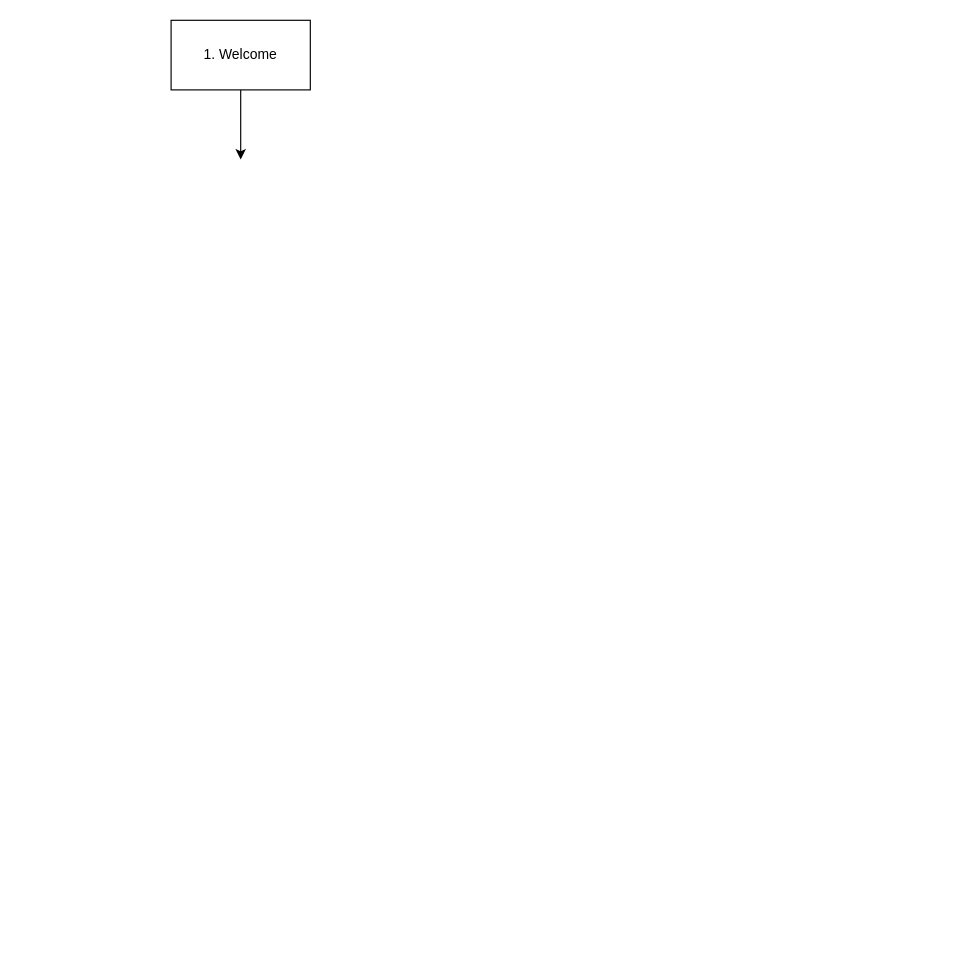
The draw.io diagram data/Unbenanntes Diagramm.drawio in maxschwalenberg/methods_in_ai_research_03, before the edit. Source tidied: cells renumbered, new cells numbered last; positions are measured from the earlier drawing's top-left corner, leaving out a move shared by most shapes. Both pictures are drawn from the tidied source at 116%, with x=0, y=0 at pixel (171, 20).
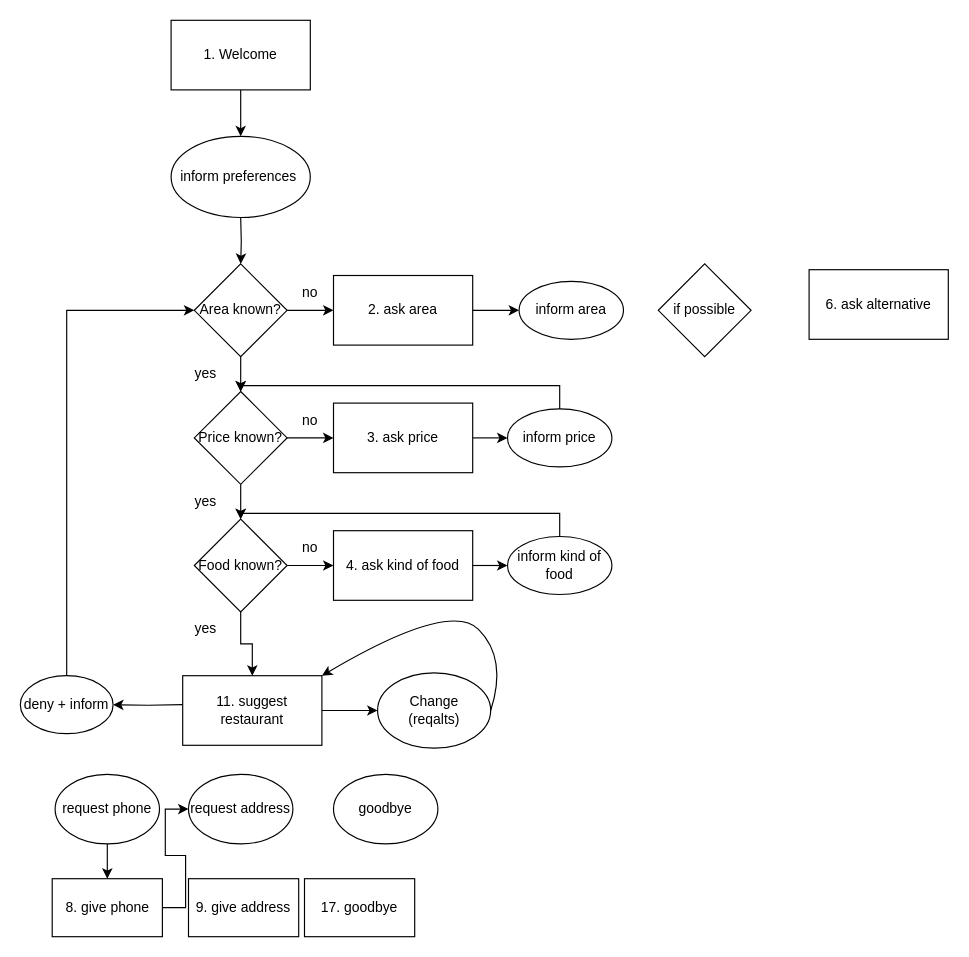
Above is the later version.

Unchanged cells that the change refers to:
```xml
<mxCell id="2" value="1. Welcome" style="rounded=0;whiteSpace=wrap;html=1;" parent="1" vertex="1">
  <mxGeometry width="120" height="60" as="geometry" />
</mxCell>
```

What changed in the source:
```diff
@@
+    <mxCell id="4" style="edgeStyle=orthogonalEdgeStyle;rounded=0;jettySize=auto;html=1;exitX=0.5;exitY=1;exitDx=0;exitDy=0;entryX=0.5;entryY=0;entryDx=0;entryDy=0;" parent="1" edge="1" source="2" target="9">
+      <mxGeometry relative="1" as="geometry" />
+    </mxCell>
@@
-    <mxCell id="3" style="endArrow=classic;html=1;rounded=0;exitX=0.5;exitY=1;exitDx=0;exitDy=0;" parent="1" edge="1" source="2">
-      <mxGeometry relative="1" as="geometry">
-        <mxPoint x="60" y="120" as="targetPoint" />
-      </mxGeometry>
-    </mxCell>
+    <mxCell id="5" style="edgeStyle=orthogonalEdgeStyle;rounded=0;jettySize=auto;html=1;exitX=0.5;exitY=1;exitDx=0;exitDy=0;entryX=0.5;entryY=0;entryDx=0;entryDy=0;" parent="1" edge="1" target="8">
+      <mxGeometry relative="1" as="geometry">
+        <mxPoint x="60" y="170" as="sourcePoint" />
+      </mxGeometry>
+    </mxCell>
+    <mxCell id="6" style="edgeStyle=orthogonalEdgeStyle;rounded=0;jettySize=auto;html=1;exitX=0.5;exitY=1;exitDx=0;exitDy=0;entryX=0.5;entryY=0;entryDx=0;entryDy=0;" parent="1" edge="1" source="8" target="14">
+      <mxGeometry relative="1" as="geometry" />
+    </mxCell>
+    <mxCell id="7" style="edgeStyle=orthogonalEdgeStyle;rounded=0;jettySize=auto;html=1;exitX=1;exitY=0.5;exitDx=0;exitDy=0;" parent="1" edge="1" source="8" target="11">
+      <mxGeometry relative="1" as="geometry" />
+    </mxCell>
+    <mxCell id="8" value="Area known?" style="rhombus;whiteSpace=wrap;html=1;" parent="1" vertex="1">
+      <mxGeometry x="20" y="210" width="80" height="80" as="geometry" />
+    </mxCell>
+    <mxCell id="9" value="inform preferences&amp;nbsp;" style="ellipse;whiteSpace=wrap;html=1;" parent="1" vertex="1">
+      <mxGeometry y="100" width="120" height="70" as="geometry" />
+    </mxCell>
+    <mxCell id="10" style="edgeStyle=orthogonalEdgeStyle;rounded=0;jettySize=auto;html=1;exitX=1;exitY=0.5;exitDx=0;exitDy=0;entryX=0;entryY=0.5;entryDx=0;entryDy=0;" parent="1" edge="1" source="11" target="27">
+      <mxGeometry relative="1" as="geometry" />
+    </mxCell>
+    <mxCell id="11" value="2. ask area" style="rounded=0;whiteSpace=wrap;html=1;" parent="1" vertex="1">
+      <mxGeometry x="140" y="220" width="120" height="60" as="geometry" />
+    </mxCell>
+    <mxCell id="12" style="edgeStyle=orthogonalEdgeStyle;rounded=0;jettySize=auto;html=1;exitX=0.5;exitY=1;exitDx=0;exitDy=0;entryX=0.5;entryY=0;entryDx=0;entryDy=0;" parent="1" edge="1" source="14" target="19">
+      <mxGeometry relative="1" as="geometry" />
+    </mxCell>
+    <mxCell id="13" style="edgeStyle=orthogonalEdgeStyle;rounded=0;jettySize=auto;html=1;exitX=1;exitY=0.5;exitDx=0;exitDy=0;entryX=0;entryY=0.5;entryDx=0;entryDy=0;" parent="1" edge="1" source="14" target="22">
+      <mxGeometry relative="1" as="geometry" />
+    </mxCell>
+    <mxCell id="14" value="Price known?" style="rhombus;whiteSpace=wrap;html=1;" parent="1" vertex="1">
+      <mxGeometry x="20" y="320" width="80" height="80" as="geometry" />
+    </mxCell>
+    <mxCell id="15" value="yes" style="text;html=1;strokeColor=none;fillColor=none;align=center;verticalAlign=middle;whiteSpace=wrap;rounded=0;" parent="1" vertex="1">
+      <mxGeometry y="290" width="60" height="30" as="geometry" />
+    </mxCell>
+    <mxCell id="16" value="no" style="text;html=1;strokeColor=none;fillColor=none;align=center;verticalAlign=middle;whiteSpace=wrap;rounded=0;" parent="1" vertex="1">
+      <mxGeometry x="90" y="220" width="60" height="30" as="geometry" />
+    </mxCell>
+    <mxCell id="17" style="edgeStyle=orthogonalEdgeStyle;rounded=0;jettySize=auto;html=1;exitX=1;exitY=0.5;exitDx=0;exitDy=0;entryX=0;entryY=0.5;entryDx=0;entryDy=0;" parent="1" edge="1" source="19" target="25">
+      <mxGeometry relative="1" as="geometry" />
+    </mxCell>
+    <mxCell id="18" style="edgeStyle=orthogonalEdgeStyle;rounded=0;jettySize=auto;html=1;exitX=0.5;exitY=1;exitDx=0;exitDy=0;entryX=0.5;entryY=0;entryDx=0;entryDy=0;" parent="1" edge="1" source="19" target="38">
+      <mxGeometry relative="1" as="geometry" />
+    </mxCell>
+    <mxCell id="19" value="Food known?" style="rhombus;whiteSpace=wrap;html=1;" parent="1" vertex="1">
+      <mxGeometry x="20" y="430" width="80" height="80" as="geometry" />
+    </mxCell>
+    <mxCell id="20" value="yes" style="text;html=1;strokeColor=none;fillColor=none;align=center;verticalAlign=middle;whiteSpace=wrap;rounded=0;" parent="1" vertex="1">
+      <mxGeometry y="400" width="60" height="30" as="geometry" />
+    </mxCell>
+    <mxCell id="21" style="edgeStyle=orthogonalEdgeStyle;rounded=0;jettySize=auto;html=1;exitX=1;exitY=0.5;exitDx=0;exitDy=0;entryX=0;entryY=0.5;entryDx=0;entryDy=0;" parent="1" edge="1" source="22" target="29">
+      <mxGeometry relative="1" as="geometry" />
+    </mxCell>
+    <mxCell id="22" value="3. ask price" style="rounded=0;whiteSpace=wrap;html=1;" parent="1" vertex="1">
+      <mxGeometry x="140" y="330" width="120" height="60" as="geometry" />
+    </mxCell>
+    <mxCell id="23" value="no" style="text;html=1;strokeColor=none;fillColor=none;align=center;verticalAlign=middle;whiteSpace=wrap;rounded=0;" parent="1" vertex="1">
+      <mxGeometry x="90" y="330" width="60" height="30" as="geometry" />
+    </mxCell>
+    <mxCell id="24" style="edgeStyle=orthogonalEdgeStyle;rounded=0;jettySize=auto;html=1;exitX=1;exitY=0.5;exitDx=0;exitDy=0;entryX=0;entryY=0.5;entryDx=0;entryDy=0;" parent="1" edge="1" source="25" target="31">
+      <mxGeometry relative="1" as="geometry" />
+    </mxCell>
+    <mxCell id="25" value="4. ask kind of food" style="rounded=0;whiteSpace=wrap;html=1;" parent="1" vertex="1">
+      <mxGeometry x="140" y="440" width="120" height="60" as="geometry" />
+    </mxCell>
+    <mxCell id="26" value="no" style="text;html=1;strokeColor=none;fillColor=none;align=center;verticalAlign=middle;whiteSpace=wrap;rounded=0;" parent="1" vertex="1">
+      <mxGeometry x="90" y="440" width="60" height="30" as="geometry" />
+    </mxCell>
+    <mxCell id="27" value="inform area" style="ellipse;whiteSpace=wrap;html=1;" parent="1" vertex="1">
+      <mxGeometry x="300" y="225" width="90" height="50" as="geometry" />
+    </mxCell>
+    <mxCell id="28" style="edgeStyle=orthogonalEdgeStyle;rounded=0;jettySize=auto;html=1;exitX=0.5;exitY=0;exitDx=0;exitDy=0;entryX=0.5;entryY=0;entryDx=0;entryDy=0;" parent="1" edge="1" source="29" target="14">
+      <mxGeometry relative="1" as="geometry" />
+    </mxCell>
+    <mxCell id="29" value="inform price" style="ellipse;whiteSpace=wrap;html=1;" parent="1" vertex="1">
+      <mxGeometry x="290" y="335" width="90" height="50" as="geometry" />
+    </mxCell>
+    <mxCell id="30" style="edgeStyle=orthogonalEdgeStyle;rounded=0;jettySize=auto;html=1;exitX=0.5;exitY=0;exitDx=0;exitDy=0;entryX=0.5;entryY=0;entryDx=0;entryDy=0;" parent="1" edge="1" source="31" target="19">
+      <mxGeometry relative="1" as="geometry" />
+    </mxCell>
+    <mxCell id="31" value="inform kind of food" style="ellipse;whiteSpace=wrap;html=1;" parent="1" vertex="1">
+      <mxGeometry x="290" y="445" width="90" height="50" as="geometry" />
+    </mxCell>
+    <mxCell id="32" style="edgeStyle=orthogonalEdgeStyle;rounded=0;jettySize=auto;html=1;exitX=0;exitY=0.5;exitDx=0;exitDy=0;entryX=1;entryY=0.5;entryDx=0;entryDy=0;" parent="1" edge="1" target="34">
+      <mxGeometry relative="1" as="geometry">
+        <mxPoint x="10" y="590" as="sourcePoint" />
+      </mxGeometry>
+    </mxCell>
+    <mxCell id="33" style="edgeStyle=orthogonalEdgeStyle;rounded=0;jettySize=auto;html=1;exitX=0.5;exitY=0;exitDx=0;exitDy=0;entryX=0;entryY=0.5;entryDx=0;entryDy=0;" parent="1" edge="1" source="34" target="8">
+      <mxGeometry relative="1" as="geometry" />
+    </mxCell>
+    <mxCell id="34" value="deny + inform" style="ellipse;whiteSpace=wrap;html=1;" parent="1" vertex="1">
+      <mxGeometry x="-130" y="565" width="80" height="50" as="geometry" />
+    </mxCell>
+    <mxCell id="35" value="6. ask alternative" style="rounded=0;whiteSpace=wrap;html=1;" parent="1" vertex="1">
+      <mxGeometry x="550" y="215" width="120" height="60" as="geometry" />
+    </mxCell>
+    <mxCell id="36" value="if possible" style="rhombus;whiteSpace=wrap;html=1;" parent="1" vertex="1">
+      <mxGeometry x="420" y="210" width="80" height="80" as="geometry" />
+    </mxCell>
+    <mxCell id="37" style="edgeStyle=orthogonalEdgeStyle;rounded=0;jettySize=auto;html=1;exitX=1;exitY=0.5;exitDx=0;exitDy=0;entryX=0;entryY=0.5;entryDx=0;entryDy=0;" parent="1" edge="1" source="38" target="40">
+      <mxGeometry relative="1" as="geometry" />
+    </mxCell>
+    <mxCell id="38" value="11. suggest restaurant" style="rounded=0;whiteSpace=wrap;html=1;" parent="1" vertex="1">
+      <mxGeometry x="10" y="565" width="120" height="60" as="geometry" />
+    </mxCell>
+    <mxCell id="39" value="yes" style="text;html=1;strokeColor=none;fillColor=none;align=center;verticalAlign=middle;whiteSpace=wrap;rounded=0;" parent="1" vertex="1">
+      <mxGeometry y="510" width="60" height="30" as="geometry" />
+    </mxCell>
+    <mxCell id="40" value="Change&lt;br style=&quot;border-color: var(--border-color);&quot;&gt;(reqalts)" style="ellipse;whiteSpace=wrap;html=1;" parent="1" vertex="1">
+      <mxGeometry x="178" y="562.5" width="97.5" height="65" as="geometry" />
+    </mxCell>
+    <mxCell id="41" style="curved=1;endArrow=classic;html=1;rounded=0;exitX=1;exitY=0.5;exitDx=0;exitDy=0;entryX=1;entryY=0;entryDx=0;entryDy=0;" parent="1" edge="1" source="40" target="38">
+      <mxGeometry relative="1" as="geometry">
+        <Array as="points">
+          <mxPoint x="290" y="550" />
+          <mxPoint x="240" y="500" />
+        </Array>
+      </mxGeometry>
+    </mxCell>
+    <mxCell id="42" style="edgeStyle=orthogonalEdgeStyle;rounded=0;jettySize=auto;html=1;exitX=0.5;exitY=1;exitDx=0;exitDy=0;entryX=0.5;entryY=0;entryDx=0;entryDy=0;" parent="1" edge="1" source="43" target="47">
+      <mxGeometry relative="1" as="geometry" />
+    </mxCell>
+    <mxCell id="43" value="request phone" style="ellipse;whiteSpace=wrap;html=1;" parent="1" vertex="1">
+      <mxGeometry x="-100" y="650" width="90" height="60" as="geometry" />
+    </mxCell>
+    <mxCell id="44" value="request address" style="ellipse;whiteSpace=wrap;html=1;" parent="1" vertex="1">
+      <mxGeometry x="15" y="650" width="90" height="60" as="geometry" />
+    </mxCell>
+    <mxCell id="45" value="goodbye" style="ellipse;whiteSpace=wrap;html=1;" parent="1" vertex="1">
+      <mxGeometry x="140" y="650" width="90" height="60" as="geometry" />
+    </mxCell>
+    <mxCell id="46" style="edgeStyle=orthogonalEdgeStyle;rounded=0;jettySize=auto;html=1;exitX=1;exitY=0.5;exitDx=0;exitDy=0;entryX=0;entryY=0.5;entryDx=0;entryDy=0;" parent="1" edge="1" source="47" target="44">
+      <mxGeometry relative="1" as="geometry" />
+    </mxCell>
+    <mxCell id="47" value="8. give phone" style="rounded=0;whiteSpace=wrap;html=1;" parent="1" vertex="1">
+      <mxGeometry x="-102.5" y="740" width="95" height="50" as="geometry" />
+    </mxCell>
+    <mxCell id="48" value="9. give address" style="rounded=0;whiteSpace=wrap;html=1;" parent="1" vertex="1">
+      <mxGeometry x="15" y="740" width="95" height="50" as="geometry" />
+    </mxCell>
+    <mxCell id="49" value="17. goodbye" style="rounded=0;whiteSpace=wrap;html=1;" parent="1" vertex="1">
+      <mxGeometry x="115" y="740" width="95" height="50" as="geometry" />
+    </mxCell>
```
